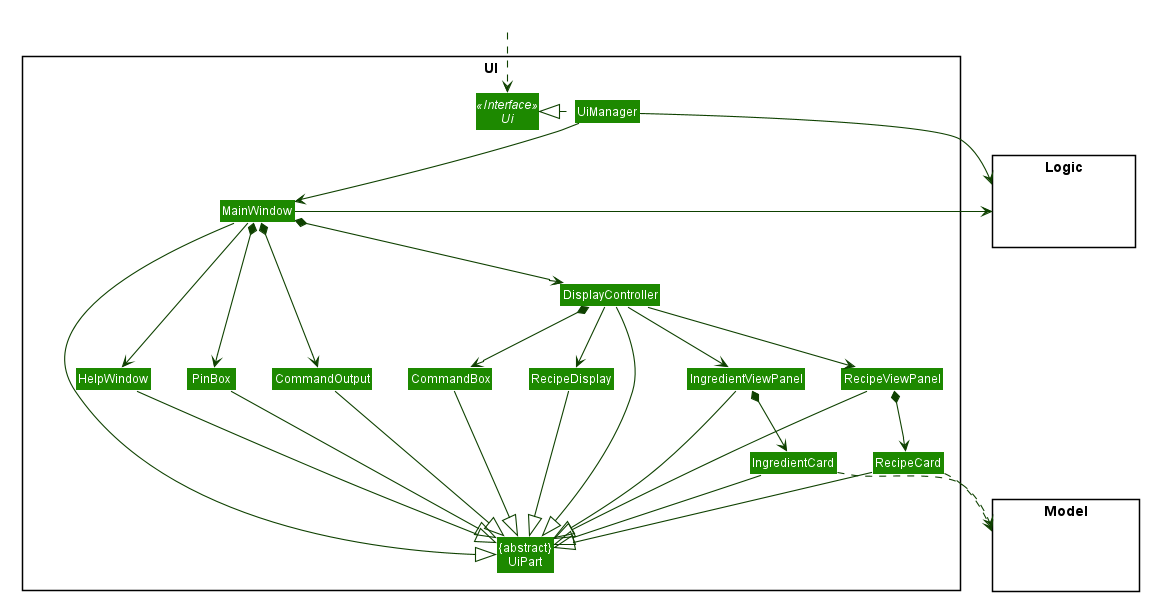
This is docs/images/UiClassDiagram.png from nus-cs2103-AY2021S1/tp, a PlantUML export, as it was before one commit.
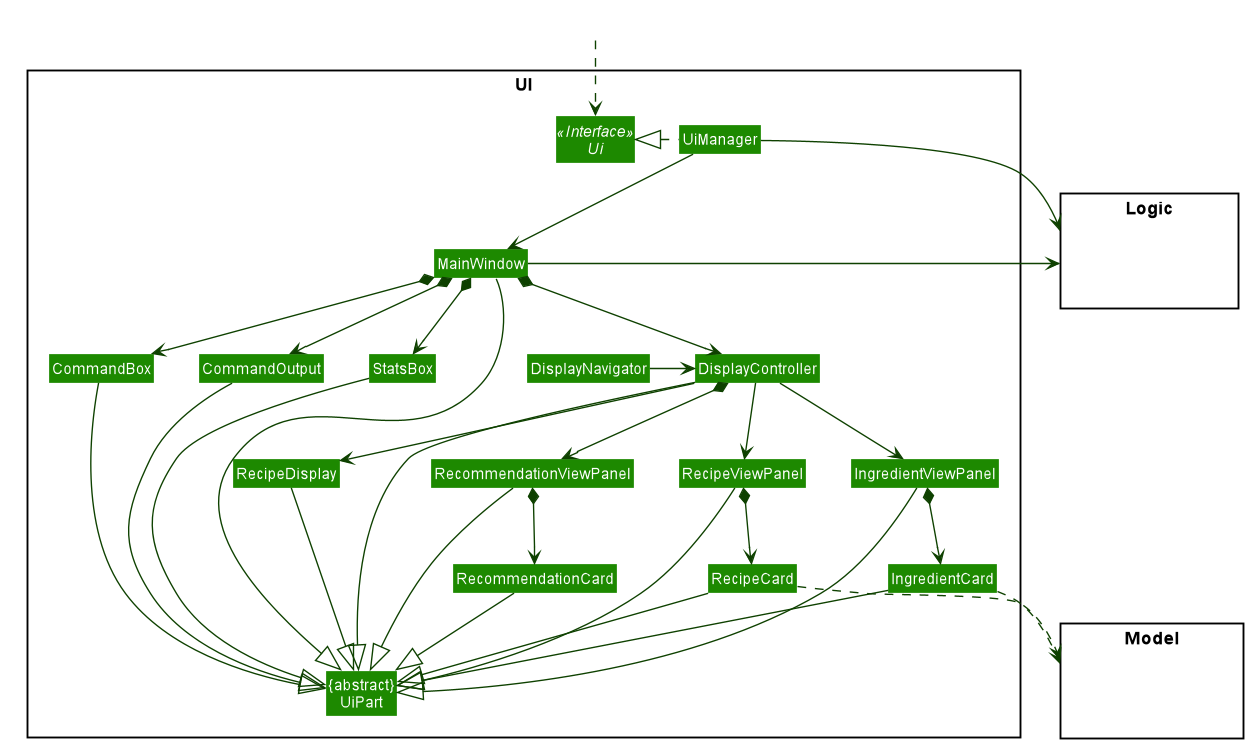
The same file after the commit.

Commit message:
Update UI component description

What changed in the source:
```diff
@@ -18,6 +18,8 @@
     StereotypeFontColor #FFFFFF
     FontName Arial
 }
+
+skinparam genericDisplay old
 
 skinparam Actor {
     BorderColor #000000
@@ -56,7 +58,6 @@
 Class "{abstract}\nUiPart" as UiPart
 Class UiManager
 Class MainWindow
-Class HelpWindow
 Class CommandOutput
 Class RecipeViewPanel
 Class RecipeCard
@@ -64,8 +65,11 @@
 Class IngredientViewPanel
 Class IngredientCard
 Class DisplayController
-Class PinBox
+Class DisplayNavigator
+Class StatsBox
 Class RecipeDisplay
+Class RecommendationViewPanel
+Class RecommendationCard
 }
 
 package Model <<Rectangle>> {
@@ -81,17 +85,19 @@
 
 UiManager .left.|> Ui
 UiManager -down-> MainWindow
-MainWindow --> HelpWindow
 MainWindow *-down-> CommandOutput
-MainWindow *-down-> PinBox
+MainWindow *-down-> StatsBox
 MainWindow *-down-> DisplayController
 DisplayController -down-> RecipeViewPanel
 DisplayController -down-> IngredientViewPanel
 DisplayController -down-> RecipeDisplay
-DisplayController *-down-> CommandBox
+MainWindow *-down-> CommandBox
+DisplayController *-down-> RecommendationViewPanel
+DisplayNavigator -right-> DisplayController
 
 RecipeViewPanel *-down-> RecipeCard
 IngredientViewPanel *-down-> IngredientCard
+RecommendationViewPanel *-down-> RecommendationCard
 
 MainWindow -left-|> UiPart
 
@@ -99,22 +105,26 @@
 CommandBox --|> UiPart
 RecipeViewPanel --|> UiPart
 RecipeCard --|> UiPart
-PinBox --|> UiPart
+StatsBox --|> UiPart
 DisplayController --|> UiPart
 IngredientCard --|> UiPart
-HelpWindow --|> UiPart
 RecipeDisplay --|> UiPart
 IngredientViewPanel --|> UiPart
+RecommendationViewPanel --|> UiPart
+RecommendationCard --|> UiPart
 
 RecipeCard ..> Model
 IngredientCard ..> Model
 UiManager -right-> Logic
 MainWindow -left-> Logic
 
-CommandBox -[hidden]left- CommandOutput
-CommandOutput -[hidden]left- PinBox
-PinBox -[hidden]left- HelpWindow
-RecipeDisplay -[hidden]left- CommandBox
+
+CommandBox -right[hidden]- CommandOutput
+CommandOutput -right[hidden]- StatsBox
+StatsBox -right[hidden]- DisplayController
+
+RecipeDisplay -right[hidden]- RecommendationViewPanel
+
 
 
 
```
